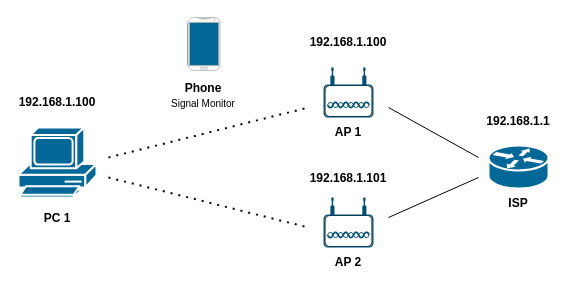
The draw.io diagram diagrams/roaming.drawio in digas99/cm-project-wlan2, before the edit. Source tidied: cells renumbered, new cells numbered last; positions are measured from the earlier drawing's top-left corner, leaving out a move shared by most shapes. Both pictures are drawn from the tidied source at 100%, with x=0, y=0 at pixel (18, 17).
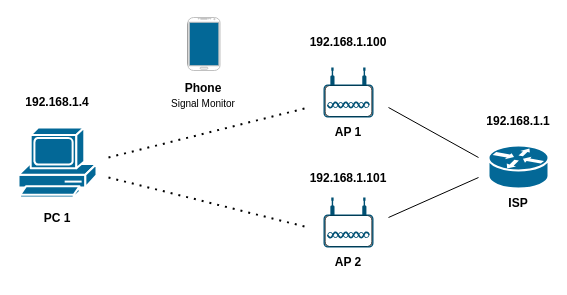
The same page after the edit.

Change to the diagram source:
```diff
@@
-    <mxCell id="25" value="&lt;b&gt;192.168.1.100&lt;/b&gt;" style="text;html=1;strokeColor=none;fillColor=none;align=center;verticalAlign=middle;whiteSpace=wrap;rounded=0;" parent="1" vertex="1">
+    <mxCell id="25" value="&lt;b&gt;192.168.1.4&lt;/b&gt;" style="text;html=1;strokeColor=none;fillColor=none;align=center;verticalAlign=middle;whiteSpace=wrap;rounded=0;" parent="1" vertex="1">
       <mxGeometry x="9" y="69.5" width="60" height="30" as="geometry" />
     </mxCell>
```
